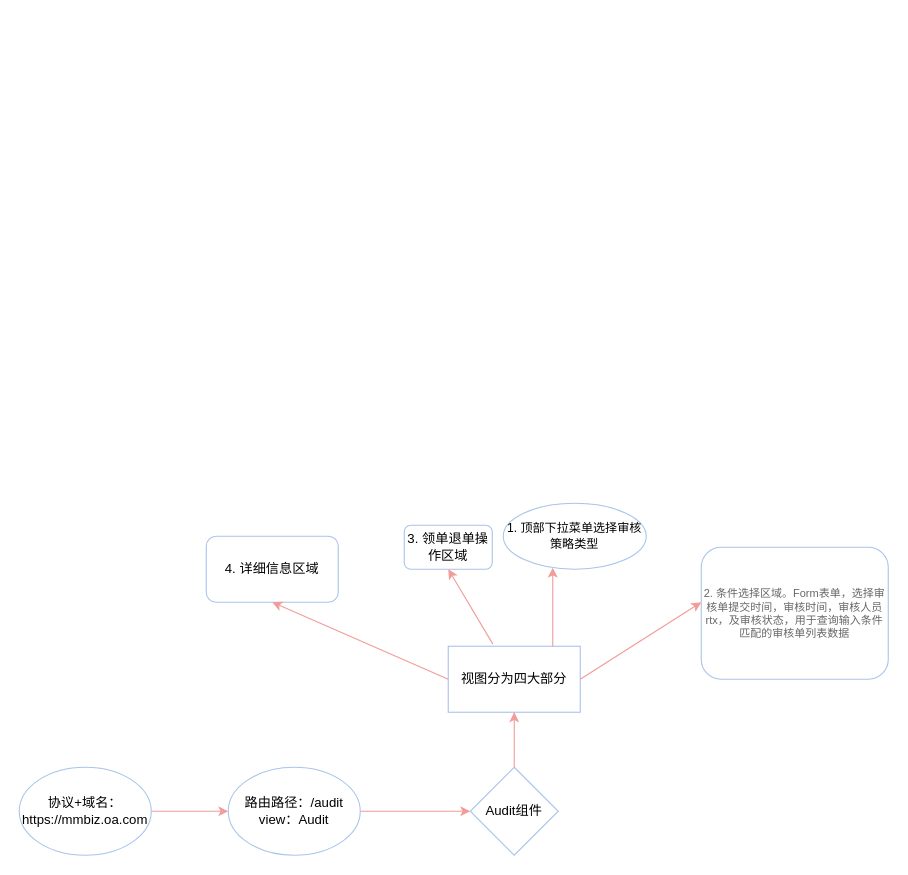
Before: 未命名绘图.drawio in Annmuder/Annmuder, a draw.io diagram. Source tidied: cells renumbered, new cells numbered last; positions are measured from the earlier drawing's top-left corner, leaving out a move shared by most shapes. Both pictures are drawn from the tidied source at 110%, with x=0, y=0 at pixel (19, 503).
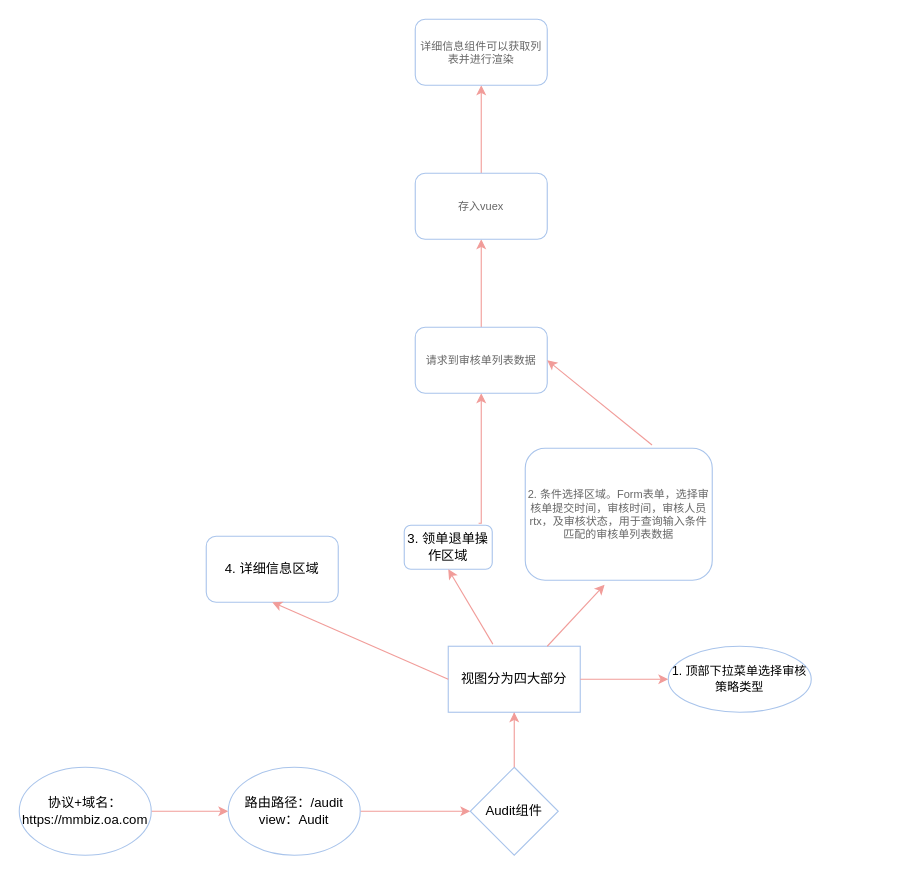
After the change.

Commit message:
更新未命名绘图.drawio

The change refers to these unchanged cells:
```xml
<mxCell id="8" value="视图分为四大部分" style="whiteSpace=wrap;html=1;strokeColor=#A9C4EB;" parent="1" vertex="1">
  <mxGeometry x="390" y="130" width="120" height="60" as="geometry" />
</mxCell>
<mxCell id="12" value="3. 领单退单操作区域" style="rounded=1;whiteSpace=wrap;html=1;strokeColor=#A9C4EB;" parent="1" vertex="1">
  <mxGeometry x="350" y="20" width="80" height="40" as="geometry" />
</mxCell>
```

The edit, as a diff of the source:
```diff
@@
-    <mxCell id="9" style="edgeStyle=orthogonalEdgeStyle;shape=connector;rounded=0;jettySize=auto;html=1;labelBackgroundColor=default;strokeColor=#F19C99;fontFamily=Helvetica;fontSize=11;fontColor=default;endArrow=classic;" parent="1" edge="1" source="8" target="10">
-      <mxGeometry relative="1" as="geometry">
-        <Array as="points">
-          <mxPoint x="485" y="100" />
-          <mxPoint x="485" y="100" />
-        </Array>
-      </mxGeometry>
+    <mxCell id="9" style="edgeStyle=orthogonalEdgeStyle;rounded=0;jettySize=auto;html=1;strokeColor=#F19C99;" parent="1" edge="1" source="8" target="10">
+      <mxGeometry relative="1" as="geometry" />
     </mxCell>
     <mxCell id="10" value="&lt;font style=&quot;font-size: 11px;&quot;&gt;1. 顶部下拉菜单选择审核策略类型&lt;/font&gt;" style="ellipse;whiteSpace=wrap;html=1;fontFamily=Helvetica;fontSize=10;fontColor=default;strokeColor=#A9C4EB;" parent="1" vertex="1">
-      <mxGeometry x="440" width="130" height="60" as="geometry" />
+      <mxGeometry x="590" y="130" width="130" height="60" as="geometry" />
     </mxCell>
     <mxCell id="11" value="2. 条件选择区域。Form表单，选择审核单提交时间，审核时间，审核人员rtx，及审核状态，用于查询输入条件匹配的审核单列表数据" style="rounded=1;whiteSpace=wrap;html=1;strokeColor=#A9C4EB;fontColor=#666666;fontSize=10;" parent="1" vertex="1">
-      <mxGeometry x="620" y="40" width="170" height="120" as="geometry" />
+      <mxGeometry x="460" y="-50" width="170" height="120" as="geometry" />
     </mxCell>
@@
-    <mxCell id="15" style="endArrow=classic;html=1;rounded=0;labelBackgroundColor=default;strokeColor=#F19C99;fontFamily=Helvetica;fontSize=11;fontColor=default;shape=connector;exitX=1;exitY=0.5;exitDx=0;exitDy=0;" parent="1" edge="1" source="8">
+    <mxCell id="15" style="endArrow=classic;html=1;rounded=0;labelBackgroundColor=default;strokeColor=#F19C99;fontFamily=Helvetica;fontSize=11;fontColor=default;shape=connector;entryX=0.424;entryY=1.035;entryDx=0;entryDy=0;entryPerimeter=0;" parent="1" edge="1" target="11">
       <mxGeometry relative="1" as="geometry">
-        <mxPoint x="620" y="90" as="targetPoint" />
+        <mxPoint x="480" y="130" as="sourcePoint" />
       </mxGeometry>
     </mxCell>
@@
+    <mxCell id="17" style="edgeStyle=orthogonalEdgeStyle;rounded=0;jettySize=auto;html=1;fontFamily=Helvetica;fontSize=11;fontColor=default;exitX=0.845;exitY=-0.045;exitDx=0;exitDy=0;exitPerimeter=0;entryX=0.5;entryY=1;entryDx=0;entryDy=0;strokeColor=#F19C99;" parent="1" edge="1" source="12" target="19">
+      <mxGeometry relative="1" as="geometry">
+        <Array as="points">
+          <mxPoint x="420" y="18" />
+        </Array>
+      </mxGeometry>
+    </mxCell>
+    <mxCell id="18" style="edgeStyle=orthogonalEdgeStyle;rounded=0;jettySize=auto;html=1;fontFamily=Helvetica;fontSize=11;fontColor=default;strokeColor=#F19C99;" parent="1" edge="1" source="19" target="22">
+      <mxGeometry relative="1" as="geometry" />
+    </mxCell>
+    <mxCell id="19" value="请求到审核单列表数据" style="rounded=1;whiteSpace=wrap;html=1;fontSize=10;strokeColor=#A9C4EB;fontColor=#666666;" parent="1" vertex="1">
+      <mxGeometry x="360" y="-160" width="120" height="60" as="geometry" />
+    </mxCell>
+    <mxCell id="20" style="endArrow=classic;html=1;rounded=0;fontFamily=Helvetica;fontSize=11;fontColor=default;exitX=0.678;exitY=-0.025;exitDx=0;exitDy=0;entryX=1;entryY=0.5;entryDx=0;entryDy=0;exitPerimeter=0;strokeColor=#F19C99;" parent="1" edge="1" source="11" target="19">
+      <mxGeometry relative="1" as="geometry" />
+    </mxCell>
+    <mxCell id="21" style="edgeStyle=none;shape=connector;rounded=0;jettySize=auto;html=1;labelBackgroundColor=default;strokeColor=#F19C99;fontFamily=Helvetica;fontSize=11;fontColor=default;endArrow=classic;" parent="1" edge="1" source="22" target="23">
+      <mxGeometry relative="1" as="geometry" />
+    </mxCell>
+    <mxCell id="22" value="存入vuex" style="whiteSpace=wrap;html=1;fontSize=10;strokeColor=#A9C4EB;fontColor=#666666;rounded=1;" parent="1" vertex="1">
+      <mxGeometry x="360" y="-300" width="120" height="60" as="geometry" />
+    </mxCell>
+    <mxCell id="23" value="详细信息组件可以获取列表并进行渲染" style="whiteSpace=wrap;html=1;fontSize=10;strokeColor=#A9C4EB;fontColor=#666666;rounded=1;" parent="1" vertex="1">
+      <mxGeometry x="360" y="-440" width="120" height="60" as="geometry" />
+    </mxCell>
```
